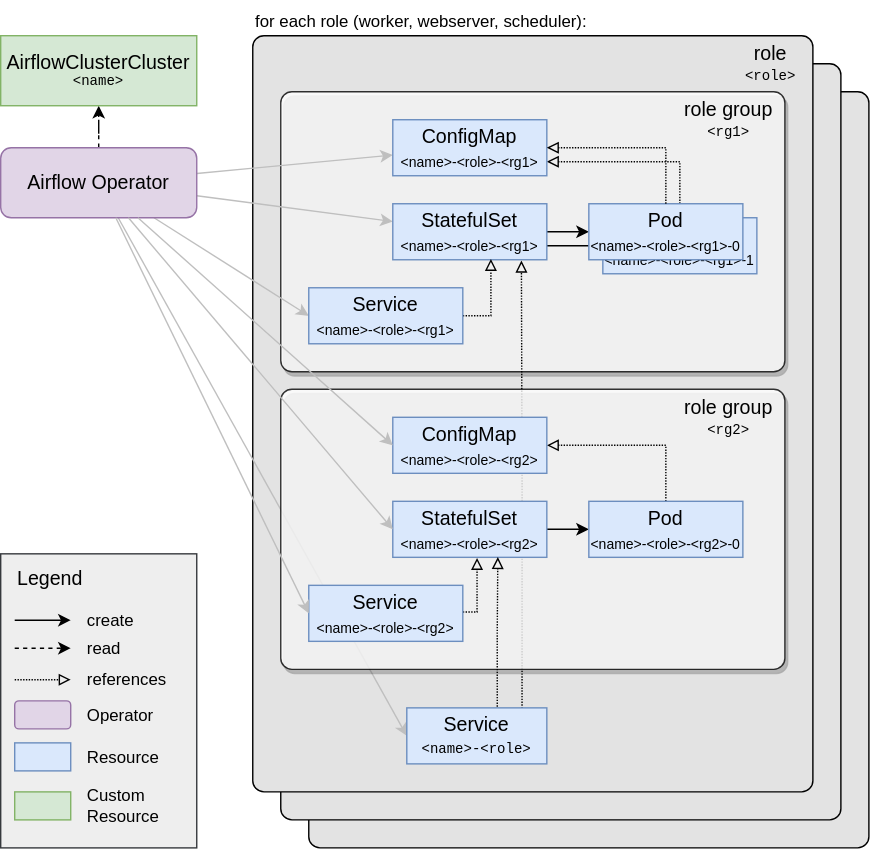
stackabletech/airflow-operator keeps this draw.io diagram as docs/modules/airflow/images/airflow_overview.drawio.svg. Above is the earlier version. Source tidied: cells renumbered, new cells last; positions are measured from the earlier drawing's top-left corner, leaving out a move shared by most shapes.
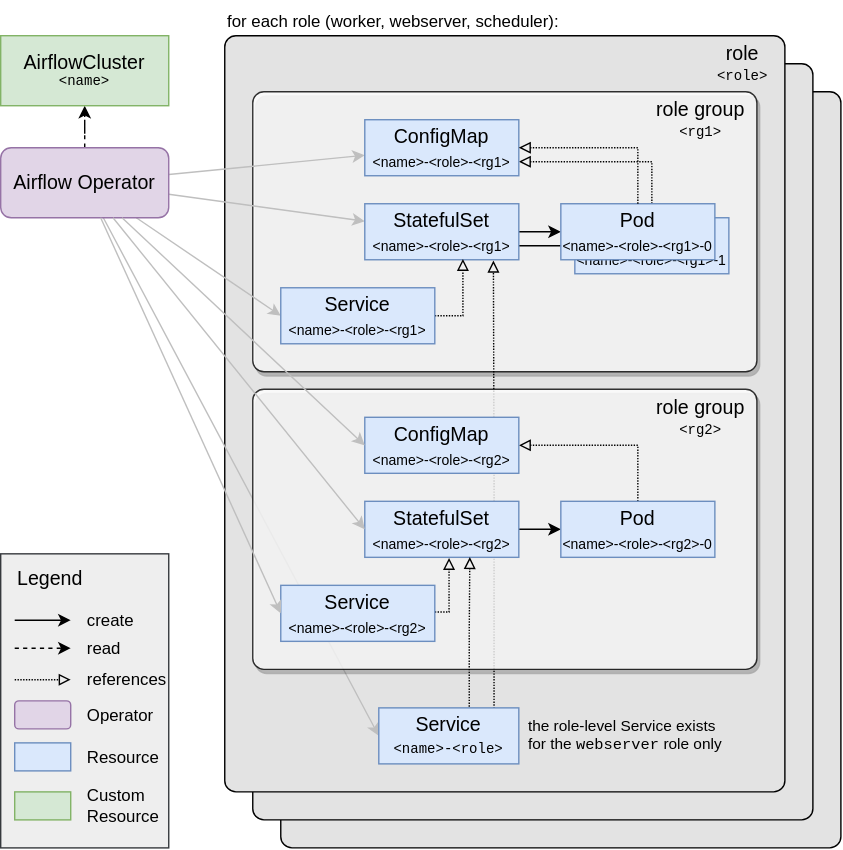
Later version of the same file.

The edit, as a diff of the source:
```diff
@@ -27,7 +27,7 @@
       <mxGeometry x="430" y="155" width="110" height="40" as="geometry" />
     </mxCell>
     <mxCell id="10" style="rounded=0;whiteSpace=wrap;html=1;fillColor=#eeeeee;strokeColor=#36393d;" parent="1" vertex="1">
-      <mxGeometry y="395" width="140" height="210" as="geometry" />
+      <mxGeometry x="20" y="395" width="120" height="210" as="geometry" />
     </mxCell>
     <mxCell id="11" style="edgeStyle=orthogonalEdgeStyle;rounded=0;jettySize=auto;html=1;entryX=0.5;entryY=1;entryDx=0;entryDy=0;dashed=1;" parent="1" edge="1" source="16" target="23">
       <mxGeometry relative="1" as="geometry" />
@@ -45,7 +45,7 @@
       <mxGeometry relative="1" as="geometry" />
     </mxCell>
     <mxCell id="16" value="Airflow Operator" style="rounded=1;whiteSpace=wrap;html=1;fillColor=#e1d5e7;strokeColor=#9673a6;glass=0;sketch=0;shadow=0;fontSize=14;" parent="1" vertex="1">
-      <mxGeometry y="105" width="140" height="50" as="geometry" />
+      <mxGeometry x="20" y="105" width="120" height="50" as="geometry" />
     </mxCell>
     <mxCell id="17" style="edgeStyle=orthogonalEdgeStyle;rounded=0;jettySize=auto;html=1;entryX=0;entryY=0.5;entryDx=0;entryDy=0;" parent="1" edge="1" source="18" target="21">
       <mxGeometry relative="1" as="geometry" />
@@ -65,47 +65,47 @@
     <mxCell id="22" value="ConfigMap&lt;br&gt;&lt;font style=&quot;font-size: 10px;&quot;&gt;&amp;lt;name&amp;gt;-&amp;lt;role&amp;gt;-&amp;lt;rg1&amp;gt;&lt;/font&gt;" style="rounded=0;whiteSpace=wrap;html=1;fillColor=#dae8fc;strokeColor=#6c8ebf;fontSize=14;" parent="1" vertex="1">
       <mxGeometry x="280" y="85" width="110" height="40" as="geometry" />
     </mxCell>
-    <mxCell id="23" value="AirflowClusterCluster&lt;div style=&quot;font-size: 10px;&quot;&gt;&lt;font style=&quot;font-size: 10px;&quot; face=&quot;Courier New&quot;&gt;&amp;lt;name&amp;gt;&lt;/font&gt;&lt;br&gt;&lt;/div&gt;" style="rounded=0;whiteSpace=wrap;html=1;fillColor=#d5e8d4;strokeColor=#82b366;fontSize=14;" parent="1" vertex="1">
-      <mxGeometry y="25" width="140" height="50" as="geometry" />
+    <mxCell id="23" value="AirflowCluster&lt;div style=&quot;font-size: 10px;&quot;&gt;&lt;font style=&quot;font-size: 10px;&quot; face=&quot;Courier New&quot;&gt;&amp;lt;name&amp;gt;&lt;/font&gt;&lt;br&gt;&lt;/div&gt;" style="rounded=0;whiteSpace=wrap;html=1;fillColor=#d5e8d4;strokeColor=#82b366;fontSize=14;" parent="1" vertex="1">
+      <mxGeometry x="20" y="25" width="120" height="50" as="geometry" />
     </mxCell>
     <mxCell id="24" style="endArrow=classic;html=1;rounded=0;" parent="1" edge="1">
       <mxGeometry relative="1" as="geometry">
-        <mxPoint x="10" y="442.4" as="sourcePoint" />
-        <mxPoint x="50" y="442.4" as="targetPoint" />
+        <mxPoint x="30" y="442.4" as="sourcePoint" />
+        <mxPoint x="70" y="442.4" as="targetPoint" />
       </mxGeometry>
     </mxCell>
     <mxCell id="25" style="endArrow=classic;html=1;rounded=0;dashed=1;" parent="1" edge="1">
       <mxGeometry relative="1" as="geometry">
-        <mxPoint x="10" y="462.4" as="sourcePoint" />
-        <mxPoint x="50" y="462.4" as="targetPoint" />
+        <mxPoint x="30" y="462.4" as="sourcePoint" />
+        <mxPoint x="70" y="462.4" as="targetPoint" />
       </mxGeometry>
     </mxCell>
     <mxCell id="26" value="create" style="text;html=1;align=left;verticalAlign=middle;strokeColor=none;fillColor=none;" parent="1" vertex="1">
-      <mxGeometry x="60" y="427.5" width="60" height="30" as="geometry" />
+      <mxGeometry x="80" y="427.5" width="60" height="30" as="geometry" />
     </mxCell>
     <mxCell id="27" value="read" style="text;html=1;align=left;verticalAlign=middle;strokeColor=none;fillColor=none;" parent="1" vertex="1">
-      <mxGeometry x="60" y="447.5" width="50" height="30" as="geometry" />
+      <mxGeometry x="80" y="447.5" width="50" height="30" as="geometry" />
     </mxCell>
     <mxCell id="28" value="&lt;font style=&quot;font-size: 14px;&quot;&gt;Legend&lt;/font&gt;" style="text;html=1;align=center;verticalAlign=middle;strokeColor=none;fillColor=none;" parent="1" vertex="1">
-      <mxGeometry y="397.5" width="70" height="30" as="geometry" />
+      <mxGeometry x="20" y="397.5" width="70" height="30" as="geometry" />
     </mxCell>
     <mxCell id="29" style="rounded=1;whiteSpace=wrap;html=1;shadow=0;glass=0;sketch=0;fontSize=14;fillColor=#e1d5e7;strokeColor=#9673a6;" parent="1" vertex="1">
-      <mxGeometry x="10" y="500" width="40" height="20" as="geometry" />
+      <mxGeometry x="30" y="500" width="40" height="20" as="geometry" />
     </mxCell>
     <mxCell id="30" value="&lt;font style=&quot;font-size: 12px;&quot;&gt;Operator&lt;/font&gt;" style="text;html=1;align=left;verticalAlign=middle;strokeColor=none;fillColor=none;fontSize=14;" parent="1" vertex="1">
-      <mxGeometry x="60" y="495" width="70" height="30" as="geometry" />
+      <mxGeometry x="80" y="495" width="70" height="30" as="geometry" />
     </mxCell>
     <mxCell id="31" style="rounded=0;whiteSpace=wrap;html=1;shadow=0;glass=0;sketch=0;fontSize=14;fillColor=#dae8fc;strokeColor=#6c8ebf;" parent="1" vertex="1">
-      <mxGeometry x="10" y="530" width="40" height="20" as="geometry" />
+      <mxGeometry x="30" y="530" width="40" height="20" as="geometry" />
     </mxCell>
     <mxCell id="32" value="&lt;font style=&quot;font-size: 12px;&quot;&gt;Resource&lt;/font&gt;" style="text;html=1;align=left;verticalAlign=middle;strokeColor=none;fillColor=none;fontSize=14;" parent="1" vertex="1">
-      <mxGeometry x="60" y="525" width="70" height="30" as="geometry" />
+      <mxGeometry x="80" y="525" width="70" height="30" as="geometry" />
     </mxCell>
     <mxCell id="33" style="rounded=0;whiteSpace=wrap;html=1;shadow=0;glass=0;sketch=0;fontSize=14;fillColor=#d5e8d4;strokeColor=#82b366;" parent="1" vertex="1">
-      <mxGeometry x="10" y="565" width="40" height="20" as="geometry" />
+      <mxGeometry x="30" y="565" width="40" height="20" as="geometry" />
     </mxCell>
     <mxCell id="34" value="&lt;div style=&quot;font-size: 12px;&quot;&gt;&lt;font style=&quot;font-size: 12px;&quot;&gt;Custom&lt;/font&gt;&lt;/div&gt;&lt;div style=&quot;font-size: 12px;&quot;&gt;&lt;font style=&quot;font-size: 12px;&quot;&gt;Resource&lt;br&gt;&lt;/font&gt;&lt;/div&gt;" style="text;html=1;align=left;verticalAlign=middle;strokeColor=none;fillColor=none;fontSize=14;" parent="1" vertex="1">
-      <mxGeometry x="60" y="555" width="70" height="40" as="geometry" />
+      <mxGeometry x="80" y="555" width="70" height="40" as="geometry" />
     </mxCell>
     <mxCell id="35" value="&lt;font style=&quot;font-size: 14px;&quot;&gt;role group&lt;/font&gt;&lt;br&gt;&lt;font style=&quot;font-size: 10px;&quot; face=&quot;Courier New&quot;&gt;&amp;lt;rg1&amp;gt;&lt;/font&gt;" style="text;html=1;strokeColor=none;fillColor=none;align=center;verticalAlign=middle;whiteSpace=wrap;rounded=0;" parent="1" vertex="1">
       <mxGeometry x="480" y="70" width="80" height="30" as="geometry" />
@@ -156,12 +156,12 @@
       <mxGeometry relative="1" as="geometry" />
     </mxCell>
     <mxCell id="50" value="references" style="text;html=1;align=left;verticalAlign=middle;strokeColor=none;fillColor=none;" parent="1" vertex="1">
-      <mxGeometry x="60" y="470" width="80" height="30" as="geometry" />
+      <mxGeometry x="80" y="470" width="80" height="30" as="geometry" />
     </mxCell>
     <mxCell id="51" style="endArrow=block;html=1;rounded=0;endFill=0;dashed=1;dashPattern=1 1;" parent="1" edge="1">
       <mxGeometry relative="1" as="geometry">
-        <mxPoint x="10" y="484.9" as="sourcePoint" />
-        <mxPoint x="50" y="484.9" as="targetPoint" />
+        <mxPoint x="30" y="484.9" as="sourcePoint" />
+        <mxPoint x="70" y="484.9" as="targetPoint" />
       </mxGeometry>
     </mxCell>
     <mxCell id="52" value="&lt;font style=&quot;font-size: 14px;&quot;&gt;role group&lt;/font&gt;&lt;br&gt;&lt;div&gt;&lt;font style=&quot;font-size: 10px;&quot; face=&quot;Courier New&quot;&gt;&amp;lt;rg2&amp;gt;&lt;/font&gt;&lt;/div&gt;" style="text;html=1;strokeColor=none;fillColor=none;align=center;verticalAlign=middle;whiteSpace=wrap;rounded=0;" parent="1" vertex="1">
@@ -173,5 +173,8 @@
     <mxCell id="54" value="for each role (worker, webserver, scheduler):" style="text;html=1;align=center;verticalAlign=middle;strokeColor=none;fillColor=none;" parent="1" vertex="1">
       <mxGeometry x="170" width="260" height="30" as="geometry" />
     </mxCell>
+    <mxCell id="55" value="&lt;div style=&quot;font-size: 11px;&quot; align=&quot;left&quot;&gt;&lt;font style=&quot;font-size: 11px;&quot;&gt;the role-level Service exists&lt;/font&gt;&lt;/div&gt;&lt;div style=&quot;font-size: 11px;&quot; align=&quot;left&quot;&gt;&lt;font style=&quot;font-size: 11px;&quot;&gt;for the &lt;font style=&quot;font-size: 11px;&quot; face=&quot;Courier New&quot;&gt;webserver&lt;/font&gt; role only&lt;font style=&quot;font-size: 11px;&quot;&gt;&lt;br&gt;&lt;/font&gt;&lt;/font&gt;&lt;/div&gt;" style="text;html=1;align=left;verticalAlign=middle;strokeColor=none;fillColor=none;" parent="1" vertex="1">
+      <mxGeometry x="395" y="505" width="160" height="40" as="geometry" />
+    </mxCell>
   </root>
 </mxGraphModel>
```
